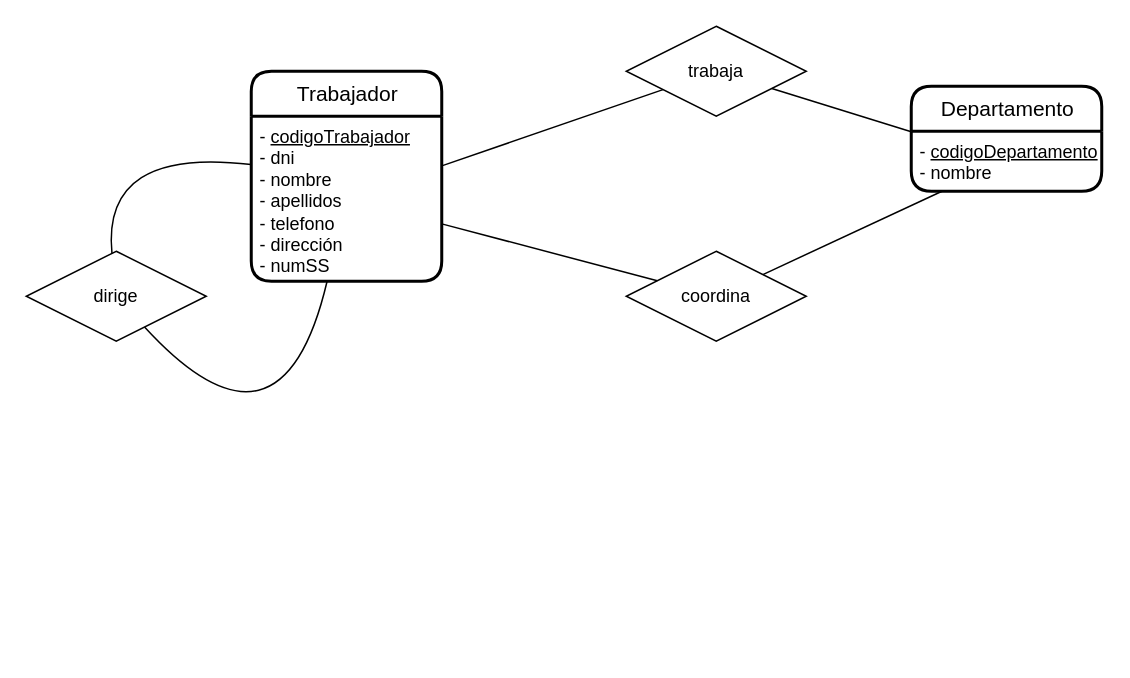
Earlier version of the draw.io diagram ex7.drawio (JuanMarinG/TA12_MYSQL). Source tidied: cells renumbered, new cells numbered last; positions are measured from the earlier drawing's top-left corner, leaving out a move shared by most shapes. Both pictures are drawn from the tidied source at 150%, with x=0, y=0 at pixel (26, 26).
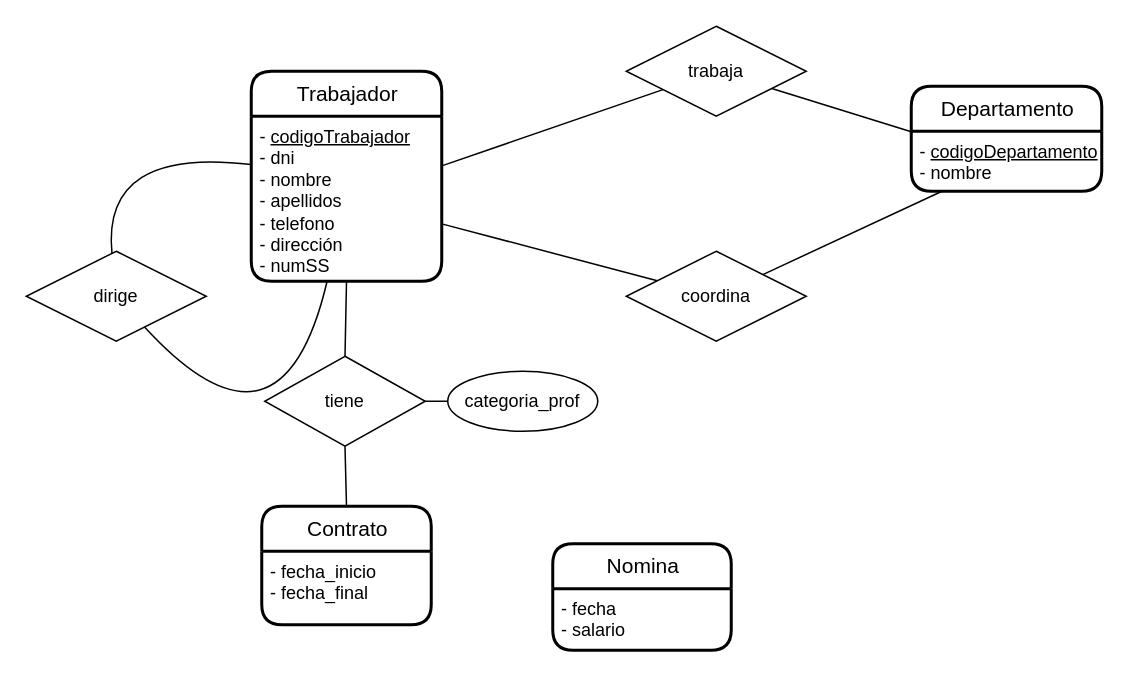
Above is the later version.

Commit message:
contrato/nomina

The change refers to these unchanged cells:
```xml
<mxCell id="3" value="&lt;div&gt;- &lt;u&gt;codigoTrabajador&lt;/u&gt;&lt;/div&gt;&lt;div&gt;- dni&lt;/div&gt;&lt;div&gt;- nombre&lt;/div&gt;&lt;div&gt;- apellidos&lt;/div&gt;&lt;div&gt;- telefono&lt;/div&gt;&lt;div&gt;- dirección&lt;/div&gt;&lt;div&gt;- numSS&lt;/div&gt;&lt;div&gt;&lt;br&gt;&lt;/div&gt;" style="align=left;strokeColor=none;fillColor=none;spacingLeft=4;fontSize=12;verticalAlign=top;html=1;" parent="2" vertex="1">
  <mxGeometry y="30" width="127" height="110" as="geometry" />
</mxCell>
```

The edit, as a diff of the source:
```diff
@@
+    <mxCell id="15" value="Contrato" style="swimlane;horizontal=1;startSize=30;rounded=1;fontSize=14;fontStyle=0;strokeWidth=2;shadow=0;dashed=0;align=center;html=1;" parent="1" vertex="1">
+      <mxGeometry x="157" y="320" width="113" height="79" as="geometry" />
+    </mxCell>
+    <mxCell id="16" value="&lt;div&gt;- fecha_inicio&lt;/div&gt;&lt;div&gt;- fecha_final&lt;br&gt;&lt;/div&gt;" style="align=left;strokeColor=none;fillColor=none;spacingLeft=4;fontSize=12;verticalAlign=top;html=1;" parent="15" vertex="1">
+      <mxGeometry y="30" width="113" height="49" as="geometry" />
+    </mxCell>
+    <mxCell id="17" value="Nomina" style="swimlane;horizontal=1;startSize=30;rounded=1;fontSize=14;fontStyle=0;strokeWidth=2;shadow=0;dashed=0;align=center;html=1;" parent="1" vertex="1">
+      <mxGeometry x="351" y="345" width="119" height="71" as="geometry" />
+    </mxCell>
+    <mxCell id="18" value="&lt;div&gt;- fecha&lt;/div&gt;&lt;div&gt;- salario&lt;br&gt;&lt;/div&gt;" style="align=left;strokeColor=none;fillColor=none;spacingLeft=4;fontSize=12;verticalAlign=top;html=1;" parent="17" vertex="1">
+      <mxGeometry y="30" width="119" height="41" as="geometry" />
+    </mxCell>
+    <mxCell id="19" style="endArrow=none;html=1;rounded=0;fontSize=12;exitX=0.5;exitY=1;exitDx=0;exitDy=0;entryX=0.5;entryY=0;entryDx=0;entryDy=0;startArrow=none;" parent="1" edge="1" source="20" target="15">
+      <mxGeometry relative="1" as="geometry" />
+    </mxCell>
+    <mxCell id="20" value="tiene" style="shape=rhombus;perimeter=rhombusPerimeter;whiteSpace=wrap;html=1;align=center;fontSize=12;" parent="1" vertex="1">
+      <mxGeometry x="159" y="220" width="107" height="60" as="geometry" />
+    </mxCell>
+    <mxCell id="21" style="endArrow=none;html=1;rounded=0;fontSize=12;exitX=0.5;exitY=1;exitDx=0;exitDy=0;entryX=0.5;entryY=0;entryDx=0;entryDy=0;" parent="1" edge="1" source="3" target="20">
+      <mxGeometry relative="1" as="geometry" />
+    </mxCell>
+    <mxCell id="22" style="endArrow=none;html=1;rounded=0;fontSize=12;exitX=1;exitY=0.5;exitDx=0;exitDy=0;entryX=0;entryY=0.5;entryDx=0;entryDy=0;" parent="1" edge="1" source="20" target="23">
+      <mxGeometry relative="1" as="geometry" />
+    </mxCell>
+    <mxCell id="23" value="categoria_prof" style="ellipse;whiteSpace=wrap;html=1;align=center;fontSize=12;" parent="1" vertex="1">
+      <mxGeometry x="281" y="230" width="100" height="40" as="geometry" />
+    </mxCell>
```
